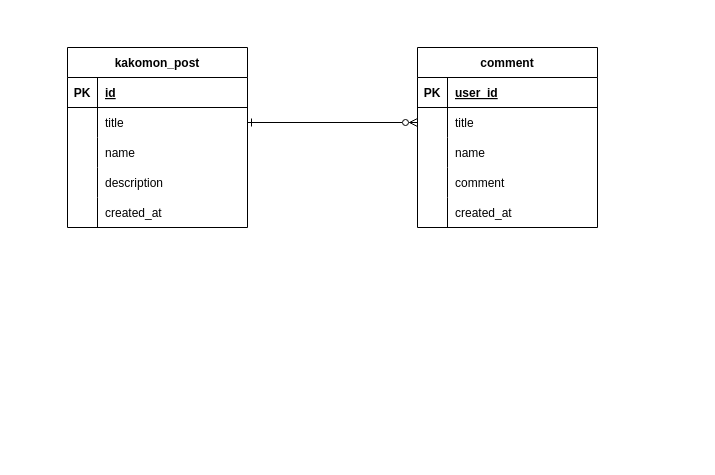
This is erd/demo.dio from hirohiro-sys/ai-kakomon-share, a draw.io file, before an edit. Source tidied: cells renumbered, new cells numbered last; positions are measured from the earlier drawing's top-left corner, leaving out a move shared by most shapes. Both pictures are drawn from the tidied source at 100%, with x=0, y=0 at pixel (67, 47).
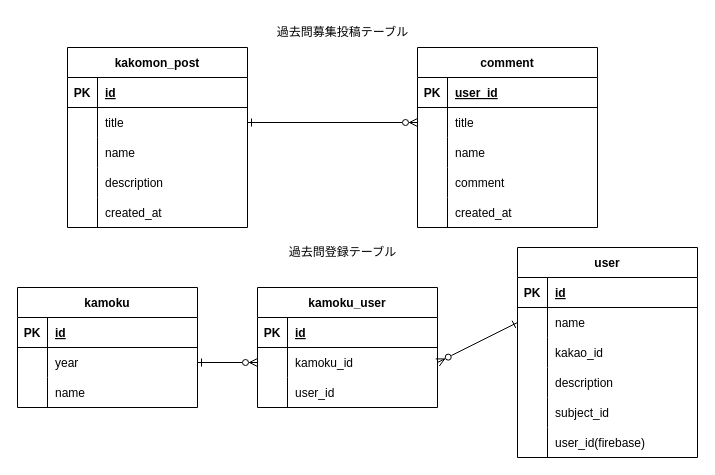
After the change.

Unchanged cells that the change refers to:
```xml
<mxCell id="18" value="comment" style="shape=table;startSize=30;childLayout=tableLayout;rowLines=0;fontStyle=1;align=center;" parent="1" vertex="1">
  <mxGeometry x="350" width="180" height="180" as="geometry" />
</mxCell>
<mxCell id="28" style="shape=tableRow;horizontal=0;startSize=0;swimlaneHead=0;swimlaneBody=0;fillColor=none;points=[[0,0.5],[1,0.5]];portConstraint=eastwest;top=0;left=0;right=0;bottom=0;" parent="18" vertex="1">
  <mxGeometry y="120" width="180" height="30" as="geometry" />
</mxCell>
<mxCell id="31" style="shape=tableRow;horizontal=0;startSize=0;swimlaneHead=0;swimlaneBody=0;fillColor=none;points=[[0,0.5],[1,0.5]];portConstraint=eastwest;top=0;left=0;right=0;bottom=0;" parent="18" vertex="1">
  <mxGeometry y="150" width="180" height="30" as="geometry" />
</mxCell>
```

The edit, as a diff of the source:
```diff
@@
+    <mxCell id="35" style="edgeStyle=none;html=1;" parent="18" edge="1" source="31" target="28">
+      <mxGeometry relative="1" as="geometry" />
+    </mxCell>
@@
+    <mxCell id="36" value="過去問募集投稿テーブル" style="text;html=1;align=center;verticalAlign=middle;strokeColor=none;fillColor=none;strokeWidth=2;" parent="1" vertex="1">
+      <mxGeometry x="200" y="-30" width="150" height="30" as="geometry" />
+    </mxCell>
+    <mxCell id="37" value="kamoku" style="shape=table;startSize=30;childLayout=tableLayout;rowLines=0;fontStyle=1;align=center;strokeWidth=1;" parent="1" vertex="1">
+      <mxGeometry x="-50" y="240" width="180" height="120" as="geometry" />
+    </mxCell>
+    <mxCell id="38" style="shape=tableRow;horizontal=0;startSize=0;swimlaneHead=0;swimlaneBody=0;fillColor=none;top=0;left=0;right=0;bottom=1;strokeWidth=1;" parent="37" vertex="1">
+      <mxGeometry y="30" width="180" height="30" as="geometry" />
+    </mxCell>
+    <mxCell id="39" value="PK" style="shape=partialRectangle;fillColor=none;top=0;left=0;bottom=0;right=0;fontStyle=1;overflow=hidden;strokeWidth=1;" parent="38" vertex="1">
+      <mxGeometry width="30" height="30" as="geometry" />
+    </mxCell>
+    <mxCell id="40" value="id" style="shape=partialRectangle;fillColor=none;top=0;left=0;bottom=0;right=0;align=left;spacingLeft=6;fontStyle=5;overflow=hidden;strokeWidth=1;" parent="38" vertex="1">
+      <mxGeometry x="30" width="150" height="30" as="geometry" />
+    </mxCell>
+    <mxCell id="41" style="shape=tableRow;horizontal=0;startSize=0;swimlaneHead=0;swimlaneBody=0;fillColor=none;points=[[0,0.5],[1,0.5]];portConstraint=eastwest;top=0;left=0;right=0;bottom=0;strokeWidth=1;" parent="37" vertex="1">
+      <mxGeometry y="60" width="180" height="30" as="geometry" />
+    </mxCell>
+    <mxCell id="42" style="shape=partialRectangle;fillColor=none;top=0;left=0;bottom=0;right=0;overflow=hidden;strokeWidth=1;" parent="41" vertex="1">
+      <mxGeometry width="30" height="30" as="geometry" />
+    </mxCell>
+    <mxCell id="43" value="year" style="shape=partialRectangle;fillColor=none;top=0;left=0;bottom=0;right=0;align=left;spacingLeft=6;overflow=hidden;strokeWidth=1;" parent="41" vertex="1">
+      <mxGeometry x="30" width="150" height="30" as="geometry" />
+    </mxCell>
+    <mxCell id="44" style="shape=tableRow;horizontal=0;startSize=0;swimlaneHead=0;swimlaneBody=0;fillColor=none;top=0;left=0;right=0;bottom=0;strokeWidth=1;" parent="37" vertex="1">
+      <mxGeometry y="90" width="180" height="30" as="geometry" />
+    </mxCell>
+    <mxCell id="45" style="shape=partialRectangle;fillColor=none;top=0;left=0;bottom=0;right=0;overflow=hidden;strokeWidth=1;" parent="44" vertex="1">
+      <mxGeometry width="30" height="30" as="geometry" />
+    </mxCell>
+    <mxCell id="46" value="name" style="shape=partialRectangle;fillColor=none;top=0;left=0;bottom=0;right=0;align=left;spacingLeft=6;overflow=hidden;strokeWidth=1;" parent="44" vertex="1">
+      <mxGeometry x="30" width="150" height="30" as="geometry" />
+    </mxCell>
+    <mxCell id="47" value="kamoku_user" style="shape=table;startSize=30;childLayout=tableLayout;rowLines=0;fontStyle=1;align=center;strokeWidth=1;" parent="1" vertex="1">
+      <mxGeometry x="190" y="240" width="180" height="120" as="geometry" />
+    </mxCell>
+    <mxCell id="48" style="shape=tableRow;horizontal=0;startSize=0;swimlaneHead=0;swimlaneBody=0;fillColor=none;top=0;left=0;right=0;bottom=1;strokeWidth=1;" parent="47" vertex="1">
+      <mxGeometry y="30" width="180" height="30" as="geometry" />
+    </mxCell>
+    <mxCell id="49" value="PK" style="shape=partialRectangle;fillColor=none;top=0;left=0;bottom=0;right=0;fontStyle=1;overflow=hidden;strokeWidth=1;" parent="48" vertex="1">
+      <mxGeometry width="30" height="30" as="geometry" />
+    </mxCell>
+    <mxCell id="50" value="id" style="shape=partialRectangle;fillColor=none;top=0;left=0;bottom=0;right=0;align=left;spacingLeft=6;fontStyle=5;overflow=hidden;strokeWidth=1;" parent="48" vertex="1">
+      <mxGeometry x="30" width="150" height="30" as="geometry" />
+    </mxCell>
+    <mxCell id="51" style="shape=tableRow;horizontal=0;startSize=0;swimlaneHead=0;swimlaneBody=0;fillColor=none;points=[[0,0.5],[1,0.5]];portConstraint=eastwest;top=0;left=0;right=0;bottom=0;strokeWidth=1;" parent="47" vertex="1">
+      <mxGeometry y="60" width="180" height="30" as="geometry" />
+    </mxCell>
+    <mxCell id="52" style="shape=partialRectangle;fillColor=none;top=0;left=0;bottom=0;right=0;overflow=hidden;strokeWidth=1;" parent="51" vertex="1">
+      <mxGeometry width="30" height="30" as="geometry" />
+    </mxCell>
+    <mxCell id="53" value="kamoku_id" style="shape=partialRectangle;fillColor=none;top=0;left=0;bottom=0;right=0;align=left;spacingLeft=6;overflow=hidden;strokeWidth=1;" parent="51" vertex="1">
+      <mxGeometry x="30" width="150" height="30" as="geometry" />
+    </mxCell>
+    <mxCell id="54" style="shape=tableRow;horizontal=0;startSize=0;swimlaneHead=0;swimlaneBody=0;fillColor=none;top=0;left=0;right=0;bottom=0;strokeWidth=1;" parent="47" vertex="1">
+      <mxGeometry y="90" width="180" height="30" as="geometry" />
+    </mxCell>
+    <mxCell id="55" style="shape=partialRectangle;fillColor=none;top=0;left=0;bottom=0;right=0;overflow=hidden;strokeWidth=1;" parent="54" vertex="1">
+      <mxGeometry width="30" height="30" as="geometry" />
+    </mxCell>
+    <mxCell id="56" value="user_id" style="shape=partialRectangle;fillColor=none;top=0;left=0;bottom=0;right=0;align=left;spacingLeft=6;overflow=hidden;strokeWidth=1;" parent="54" vertex="1">
+      <mxGeometry x="30" width="150" height="30" as="geometry" />
+    </mxCell>
+    <mxCell id="57" value="user" style="shape=table;startSize=30;childLayout=tableLayout;rowLines=0;fontStyle=1;align=center;strokeWidth=1;" parent="1" vertex="1">
+      <mxGeometry x="450" y="200" width="180" height="210" as="geometry" />
+    </mxCell>
+    <mxCell id="58" style="shape=tableRow;horizontal=0;startSize=0;swimlaneHead=0;swimlaneBody=0;fillColor=none;top=0;left=0;right=0;bottom=1;strokeWidth=1;" parent="57" vertex="1">
+      <mxGeometry y="30" width="180" height="30" as="geometry" />
+    </mxCell>
+    <mxCell id="59" value="PK" style="shape=partialRectangle;fillColor=none;top=0;left=0;bottom=0;right=0;fontStyle=1;overflow=hidden;strokeWidth=1;" parent="58" vertex="1">
+      <mxGeometry width="30" height="30" as="geometry" />
+    </mxCell>
+    <mxCell id="60" value="id" style="shape=partialRectangle;fillColor=none;top=0;left=0;bottom=0;right=0;align=left;spacingLeft=6;fontStyle=5;overflow=hidden;strokeWidth=1;" parent="58" vertex="1">
+      <mxGeometry x="30" width="150" height="30" as="geometry" />
+    </mxCell>
+    <mxCell id="61" style="shape=tableRow;horizontal=0;startSize=0;swimlaneHead=0;swimlaneBody=0;fillColor=none;points=[[0,0.5],[1,0.5]];portConstraint=eastwest;top=0;left=0;right=0;bottom=0;strokeWidth=1;" parent="57" vertex="1">
+      <mxGeometry y="60" width="180" height="30" as="geometry" />
+    </mxCell>
+    <mxCell id="62" style="shape=partialRectangle;fillColor=none;top=0;left=0;bottom=0;right=0;overflow=hidden;strokeWidth=1;" parent="61" vertex="1">
+      <mxGeometry width="30" height="30" as="geometry" />
+    </mxCell>
+    <mxCell id="63" value="name" style="shape=partialRectangle;fillColor=none;top=0;left=0;bottom=0;right=0;align=left;spacingLeft=6;overflow=hidden;strokeWidth=1;" parent="61" vertex="1">
+      <mxGeometry x="30" width="150" height="30" as="geometry" />
+    </mxCell>
+    <mxCell id="64" style="shape=tableRow;horizontal=0;startSize=0;swimlaneHead=0;swimlaneBody=0;fillColor=none;top=0;left=0;right=0;bottom=0;strokeWidth=1;" parent="57" vertex="1">
+      <mxGeometry y="90" width="180" height="30" as="geometry" />
+    </mxCell>
+    <mxCell id="65" style="shape=partialRectangle;fillColor=none;top=0;left=0;bottom=0;right=0;overflow=hidden;strokeWidth=1;" parent="64" vertex="1">
+      <mxGeometry width="30" height="30" as="geometry" />
+    </mxCell>
+    <mxCell id="66" value="kakao_id" style="shape=partialRectangle;fillColor=none;top=0;left=0;bottom=0;right=0;align=left;spacingLeft=6;overflow=hidden;strokeWidth=1;" parent="64" vertex="1">
+      <mxGeometry x="30" width="150" height="30" as="geometry" />
+    </mxCell>
+    <mxCell id="67" style="shape=tableRow;horizontal=0;startSize=0;swimlaneHead=0;swimlaneBody=0;fillColor=none;top=0;left=0;right=0;bottom=0;strokeWidth=1;" parent="57" vertex="1">
+      <mxGeometry y="120" width="180" height="30" as="geometry" />
+    </mxCell>
+    <mxCell id="68" style="shape=partialRectangle;fillColor=none;top=0;left=0;bottom=0;right=0;overflow=hidden;strokeWidth=1;" parent="67" vertex="1">
+      <mxGeometry width="30" height="30" as="geometry" />
+    </mxCell>
+    <mxCell id="69" value="description" style="shape=partialRectangle;fillColor=none;top=0;left=0;bottom=0;right=0;align=left;spacingLeft=6;overflow=hidden;strokeWidth=1;" parent="67" vertex="1">
+      <mxGeometry x="30" width="150" height="30" as="geometry" />
+    </mxCell>
+    <mxCell id="70" style="shape=tableRow;horizontal=0;startSize=0;swimlaneHead=0;swimlaneBody=0;fillColor=none;top=0;left=0;right=0;bottom=0;strokeWidth=1;" parent="57" vertex="1">
+      <mxGeometry y="150" width="180" height="30" as="geometry" />
+    </mxCell>
+    <mxCell id="71" style="shape=partialRectangle;fillColor=none;top=0;left=0;bottom=0;right=0;overflow=hidden;strokeWidth=1;" parent="70" vertex="1">
+      <mxGeometry width="30" height="30" as="geometry" />
+    </mxCell>
+    <mxCell id="72" value="subject_id" style="shape=partialRectangle;fillColor=none;top=0;left=0;bottom=0;right=0;align=left;spacingLeft=6;overflow=hidden;strokeWidth=1;" parent="70" vertex="1">
+      <mxGeometry x="30" width="150" height="30" as="geometry" />
+    </mxCell>
+    <mxCell id="73" style="shape=tableRow;horizontal=0;startSize=0;swimlaneHead=0;swimlaneBody=0;fillColor=none;top=0;left=0;right=0;bottom=0;strokeWidth=1;" parent="57" vertex="1">
+      <mxGeometry y="180" width="180" height="30" as="geometry" />
+    </mxCell>
+    <mxCell id="74" style="shape=partialRectangle;fillColor=none;top=0;left=0;bottom=0;right=0;overflow=hidden;strokeWidth=1;" parent="73" vertex="1">
+      <mxGeometry width="30" height="30" as="geometry" />
+    </mxCell>
+    <mxCell id="75" value="user_id(firebase)" style="shape=partialRectangle;fillColor=none;top=0;left=0;bottom=0;right=0;align=left;spacingLeft=6;overflow=hidden;strokeWidth=1;" parent="73" vertex="1">
+      <mxGeometry x="30" width="150" height="30" as="geometry" />
+    </mxCell>
+    <mxCell id="76" style="edgeStyle=none;html=1;exitX=1;exitY=0.5;exitDx=0;exitDy=0;entryX=0;entryY=0.5;entryDx=0;entryDy=0;endArrow=ERzeroToMany;endFill=0;startArrow=ERone;startFill=0;" parent="1" edge="1" source="41" target="51">
+      <mxGeometry relative="1" as="geometry" />
+    </mxCell>
+    <mxCell id="77" style="edgeStyle=none;html=1;exitX=0;exitY=0.5;exitDx=0;exitDy=0;entryX=1;entryY=0.5;entryDx=0;entryDy=0;startArrow=ERone;startFill=0;endArrow=ERzeroToMany;endFill=0;" parent="1" edge="1" source="61" target="51">
+      <mxGeometry relative="1" as="geometry" />
+    </mxCell>
+    <mxCell id="78" value="過去問登録テーブル" style="text;html=1;align=center;verticalAlign=middle;strokeColor=none;fillColor=none;" parent="1" vertex="1">
+      <mxGeometry x="210" y="190" width="130" height="30" as="geometry" />
+    </mxCell>
```
